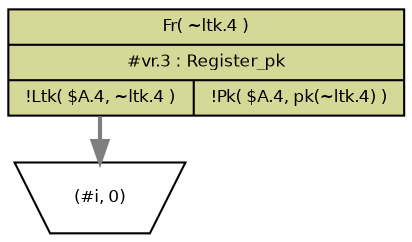
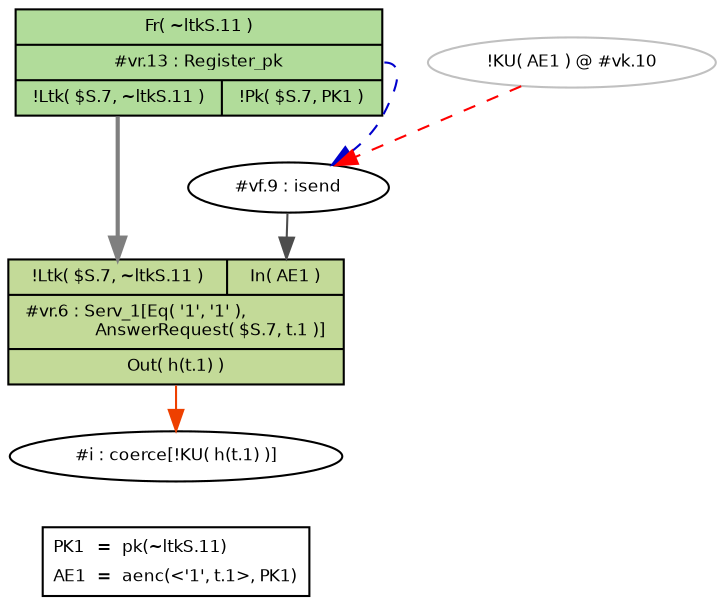
digraph "G" {
nodesep="0.3";
ranksep="0.3";
node[fontsize="8",fontname="Helvetica",width="0.3",height="0.2"];
edge[fontsize="8",fontname="Helvetica"];
- n4[shape="record",label="{{<n0> Fr( ~ltk.4 )}|{<n1> #vr.3 : Register_pk}|{<n2> !Ltk( $A.4, ~ltk.4 )|<n3> !Pk( $A.4, pk(~ltk.4) )}}",fillcolor="#d5d897",style="filled",fontcolor="black",role="Undefined"];
- n5[label="(#i, 0)",shape="invtrapezium"];
- n4:n2 -> n5[style="bold",weight="10.0",color="gray50"];
+ n0[label="#i : coerce[!KU( h(t.1) )]",shape="ellipse"];
+ n5[shape="record",label="{{<n1> !Ltk( $S.7, ~ltkS.11 )|<n2> In( AE1 )}|{<n3> #vr.6 : Serv_1[Eq( '1', '1' ),\l&nbsp;&nbsp;&nbsp;&nbsp;&nbsp;&nbsp;&nbsp;&nbsp;&nbsp;&nbsp;&nbsp;&nbsp;&nbsp;&nbsp;&nbsp;AnswerRequest( $S.7, t.1 )]\l}|{<n4> Out( h(t.1) )}}",fillcolor="#c3da98",style="filled",fontcolor="black",role="Undefined"];
+ n6[label="#vf.9 : isend",shape="ellipse"];
+ n11[shape="record",label="{{<n7> Fr( ~ltkS.11 )}|{<n8> #vr.13 : Register_pk}|{<n9> !Ltk( $S.7, ~ltkS.11 )|<n10> !Pk( $S.7, PK1 )}}",fillcolor="#b1dc9a",style="filled",fontcolor="black",role="Undefined"];
+ n12[label="!KU( AE1 ) @ #vk.10",shape="ellipse",color="gray"];
+ n5:n4 -> n0[color="orangered2"];
+ n6 -> n5:n2[color="gray30"];
+ n11:n9 -> n5:n1[style="bold",weight="10.0",color="gray50"];
+ n12 -> n6[color="red",style="dashed"];
+ n11:n8 -> n6[color="blue3",style="dashed"];
+ {
+ rank="sink";
+ n13[shape="plain",label=<<TABLE BORDER="1" CELLBORDER="0" CELLSPACING="3" CELLPADDING="1"><TR><TD ALIGN="LEFT" VALIGN="TOP"><FONT COLOR="#000000">PK1</FONT></TD> <TD ALIGN="LEFT" VALIGN="TOP">=</TD> <TD ALIGN="LEFT" VALIGN="TOP">pk(~ltkS.11)</TD></TR>
+                                                                  <TR><TD ALIGN="LEFT" VALIGN="TOP"><FONT COLOR="#000000">AE1</FONT></TD> <TD ALIGN="LEFT" VALIGN="TOP">=</TD> <TD ALIGN="LEFT" VALIGN="TOP">aenc(&lt;'1', t.1&gt;, PK1)</TD></TR></TABLE>>];
+ 
+ }
+ n0 -> n13[style="invis"];

}